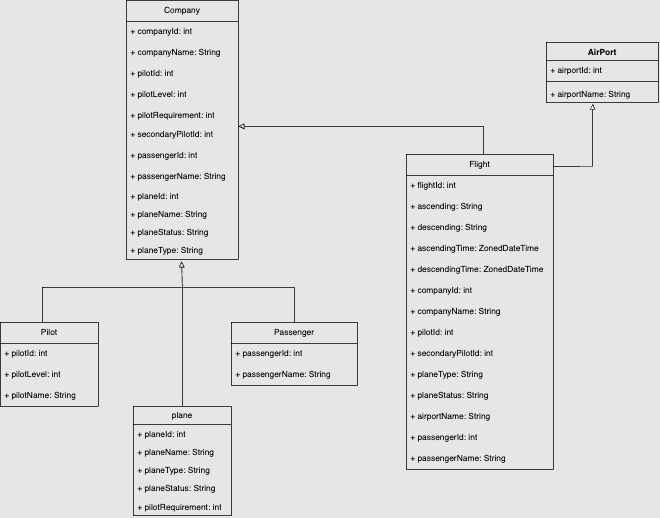
The draw.io diagram FlightManagement.drawio.png in Gundogduu/javaIntro2022, before a commit. Source tidied: cells renumbered, new cells last; positions are measured from the earlier drawing's top-left corner, leaving out a move shared by most shapes.
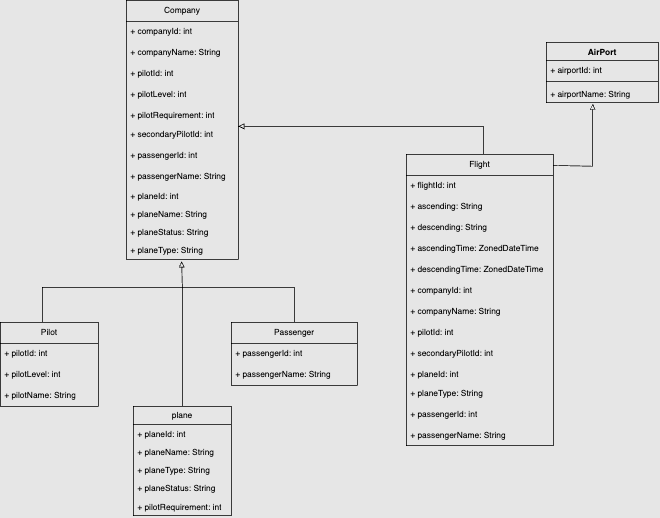
Later version of the same file.

The edit, as a diff of the source:
```diff
@@ -3,7 +3,7 @@
     <mxCell id="0" />
     <mxCell id="1" parent="0" />
     <mxCell id="2" value="Flight" style="swimlane;fontStyle=0;horizontal=1;startSize=30;whiteSpace=wrap;html=1;fillColor=none;" parent="1" vertex="1">
-      <mxGeometry x="580" y="220" width="210" height="450" as="geometry" />
+      <mxGeometry x="580" y="220" width="210" height="416" as="geometry" />
     </mxCell>
     <mxCell id="3" value="+ flightId: int" style="text;strokeColor=none;fillColor=none;align=left;verticalAlign=middle;spacingLeft=4;spacingRight=4;overflow=hidden;whiteSpace=wrap;html=1;" parent="2" vertex="1">
       <mxGeometry y="30" width="210" height="30" as="geometry" />
@@ -32,20 +32,17 @@
     <mxCell id="11" value="+ secondaryPilotId: int" style="text;strokeColor=none;fillColor=none;align=left;verticalAlign=middle;spacingLeft=4;spacingRight=4;overflow=hidden;whiteSpace=wrap;html=1;" parent="2" vertex="1">
       <mxGeometry y="270" width="210" height="30" as="geometry" />
     </mxCell>
+    <mxCell id="53" value="+ planeId: int" style="text;strokeColor=none;fillColor=none;align=left;verticalAlign=top;spacingLeft=4;spacingRight=4;overflow=hidden;whiteSpace=wrap;html=1;" parent="2" vertex="1">
+      <mxGeometry y="300" width="210" height="26" as="geometry" />
+    </mxCell>
     <mxCell id="12" value="+ planeType: String" style="text;strokeColor=none;fillColor=none;align=left;verticalAlign=middle;spacingLeft=4;spacingRight=4;overflow=hidden;whiteSpace=wrap;html=1;" parent="2" vertex="1">
-      <mxGeometry y="300" width="210" height="30" as="geometry" />
+      <mxGeometry y="326" width="210" height="30" as="geometry" />
     </mxCell>
-    <mxCell id="13" value="+ planeStatus: String" style="text;strokeColor=none;fillColor=none;align=left;verticalAlign=middle;spacingLeft=4;spacingRight=4;overflow=hidden;whiteSpace=wrap;html=1;" parent="2" vertex="1">
-      <mxGeometry y="330" width="210" height="30" as="geometry" />
-    </mxCell>
-    <mxCell id="14" value="+ airportName: String" style="text;strokeColor=none;fillColor=none;align=left;verticalAlign=middle;spacingLeft=4;spacingRight=4;overflow=hidden;whiteSpace=wrap;html=1;" parent="2" vertex="1">
-      <mxGeometry y="360" width="210" height="30" as="geometry" />
-    </mxCell>
     <mxCell id="15" value="+ passengerId: int" style="text;strokeColor=none;fillColor=none;align=left;verticalAlign=middle;spacingLeft=4;spacingRight=4;overflow=hidden;whiteSpace=wrap;html=1;" parent="2" vertex="1">
-      <mxGeometry y="390" width="210" height="30" as="geometry" />
+      <mxGeometry y="356" width="210" height="30" as="geometry" />
     </mxCell>
     <mxCell id="16" value="+ passengerName: String" style="text;strokeColor=none;fillColor=none;align=left;verticalAlign=middle;spacingLeft=4;spacingRight=4;overflow=hidden;whiteSpace=wrap;html=1;" parent="2" vertex="1">
-      <mxGeometry y="420" width="210" height="30" as="geometry" />
+      <mxGeometry y="386" width="210" height="30" as="geometry" />
     </mxCell>
     <mxCell id="17" value="Company" style="swimlane;fontStyle=0;horizontal=1;startSize=30;whiteSpace=wrap;html=1;fillColor=none;" parent="1" vertex="1">
       <mxGeometry x="180" width="160" height="370" as="geometry" />
```
